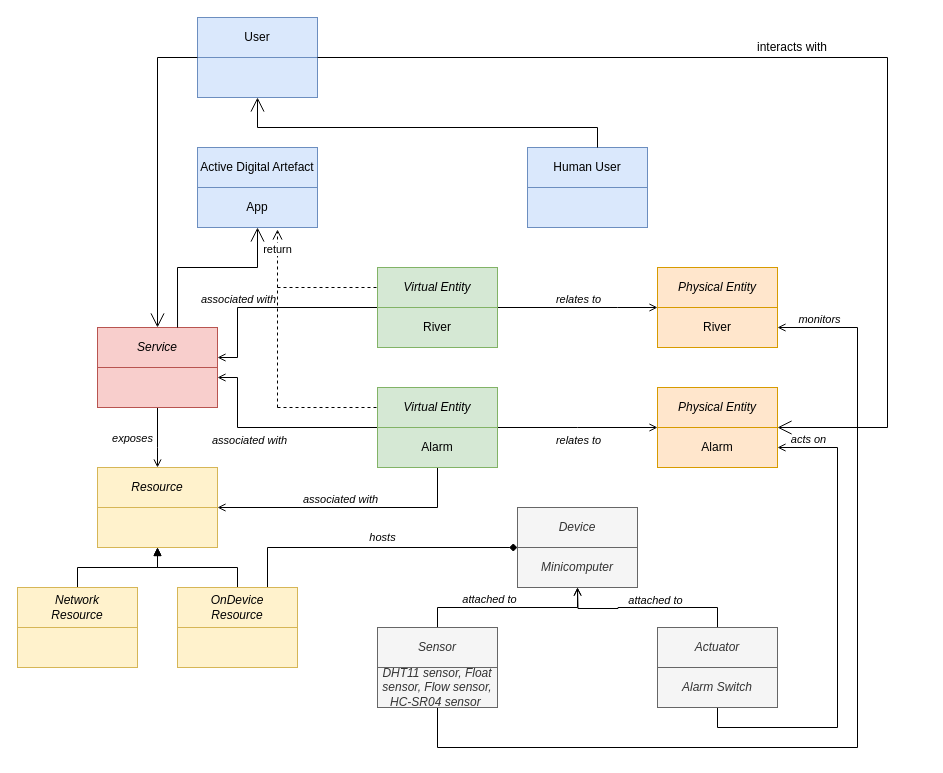
The draw.io diagram editable_diagrams/Step3.drawio in reshma58/IOT_ProjectReport, before the edit. Source tidied: cells renumbered, new cells numbered last; positions are measured from the earlier drawing's top-left corner, leaving out a move shared by most shapes. Both pictures are drawn from the tidied source at 100%, with x=0, y=0 at pixel (17, 17).
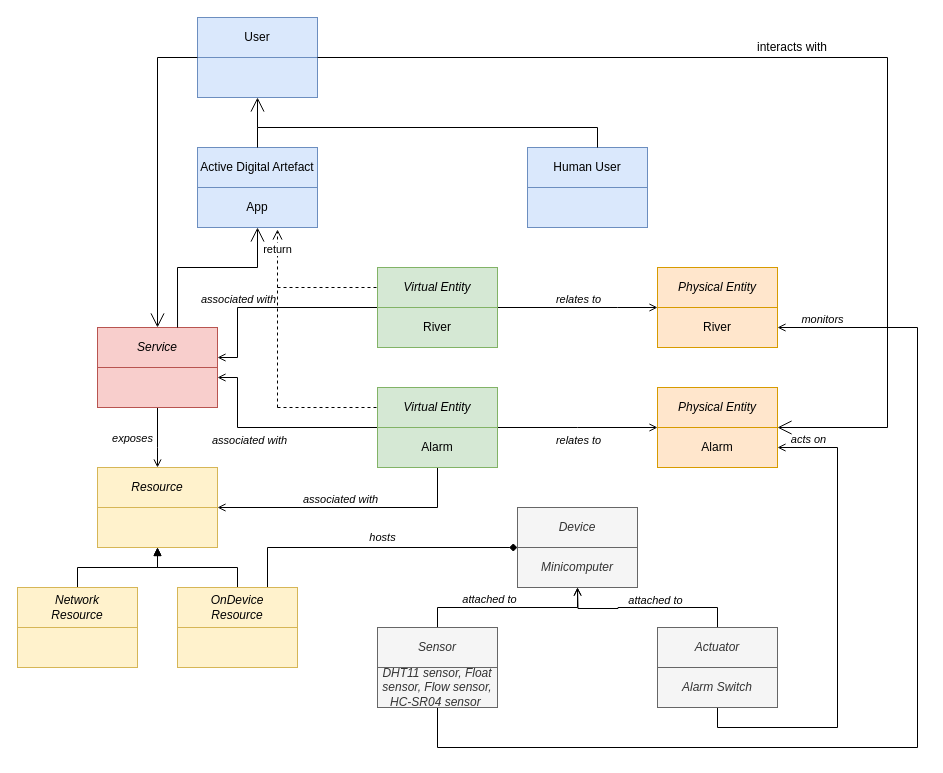
Above is the later version.

Unchanged cells that the change refers to:
```xml
<mxCell id="21" value="River" style="rounded=0;whiteSpace=wrap;html=1;fontStyle=0;fillColor=#ffe6cc;strokeColor=#d79b00;" parent="1" vertex="1">
  <mxGeometry x="640" y="290" width="120" height="40" as="geometry" />
</mxCell>
<mxCell id="45" value="DHT11 sensor, Float sensor, Flow sensor, HC-SR04 sensor&amp;nbsp;&lt;br&gt;" style="rounded=0;whiteSpace=wrap;html=1;fontStyle=2;fillColor=#f5f5f5;strokeColor=#666666;fontColor=#333333;" parent="1" vertex="1">
  <mxGeometry x="360" y="650" width="120" height="40" as="geometry" />
</mxCell>
<mxCell id="48" value="Active Digital Artefact" style="rounded=0;whiteSpace=wrap;html=1;fillColor=#dae8fc;strokeColor=#6c8ebf;" parent="1" vertex="1">
  <mxGeometry x="180" y="130" width="120" height="40" as="geometry" />
</mxCell>
```

The edit, as a diff of the source:
```diff
@@
     <mxCell id="43" style="edgeStyle=orthogonalEdgeStyle;rounded=0;jettySize=auto;html=1;exitX=0.5;exitY=1;exitDx=0;exitDy=0;entryX=1;entryY=0.5;entryDx=0;entryDy=0;endArrow=open;endFill=0;" parent="1" edge="1" source="45" target="21">
       <mxGeometry relative="1" as="geometry">
         <Array as="points">
           <mxPoint x="420" y="730" />
-          <mxPoint x="840" y="730" />
-          <mxPoint x="840" y="310" />
+          <mxPoint x="900" y="730" />
+          <mxPoint x="900" y="310" />
         </Array>
       </mxGeometry>
     </mxCell>
@@
+    <mxCell id="70" style="endArrow=none;html=1;exitX=0.5;exitY=0;exitDx=0;exitDy=0;" parent="1" edge="1" source="48">
+      <mxGeometry relative="1" as="geometry">
+        <mxPoint x="240" y="110" as="targetPoint" />
+      </mxGeometry>
+    </mxCell>
```
